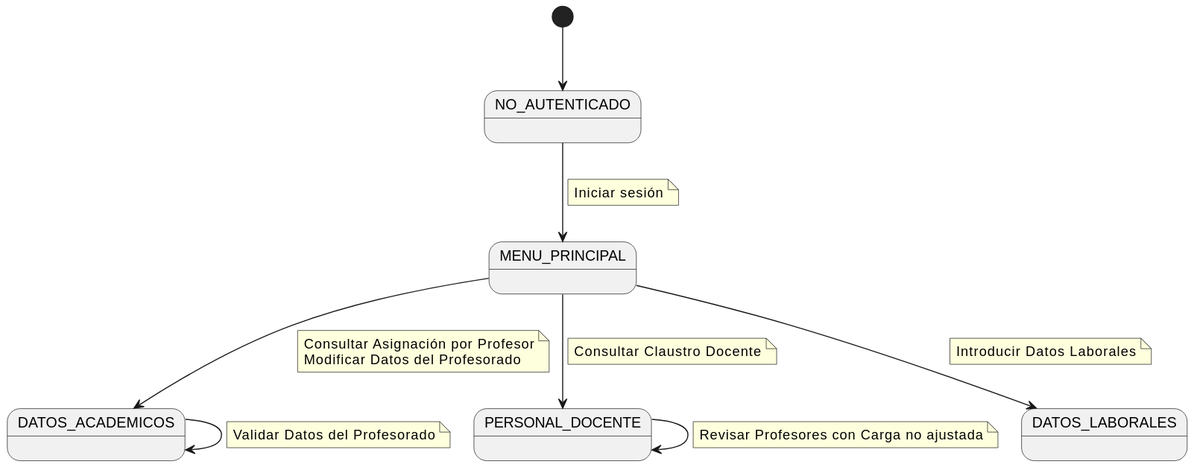
mmasias/24-25-IdSw1-SDR keeps this PlantUML diagram as images/modelosUML/CdU/DiagramaDeContexto/RRHH.svg. Above is the earlier version.
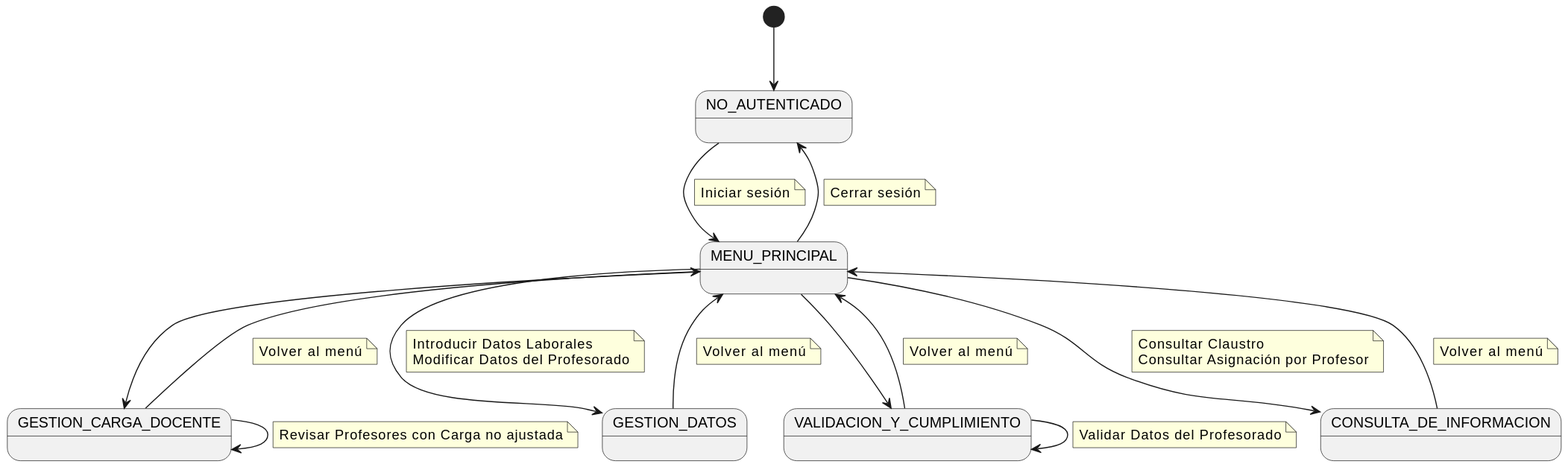
Above is the later version.

The edit, as a diff of the source:
```diff
@@ -1,9 +1,10 @@
 @startuml
 state "NO_AUTENTICADO" as NoAuth
 state "MENU_PRINCIPAL" as Menu
-state "DATOS_ACADEMICOS" as Acad
-state "PERSONAL_DOCENTE" as Pers
-state "DATOS_LABORALES" as Lab
+state "GESTION_CARGA_DOCENTE" as Car
+state "GESTION_DATOS" as Dat
+state "VALIDACION_Y_CUMPLIMIENTO" as Val
+state "CONSULTA_DE_INFORMACION" as Inf
 
 [*] --> NoAuth
 
@@ -12,29 +13,54 @@
     Iniciar sesión
 end note
 
-Menu --> Acad
+Menu --> Car
+
+Menu --> Dat
 note on link
-    Consultar Asignación por Profesor
-    Modificar Datos del Profesorado
+  Introducir Datos Laborales
+  Modificar Datos del Profesorado
 end note
 
-Menu --> Pers
+Menu --> Val
+
+Menu --> Inf
 note on link
-    Consultar Claustro Docente
+  Consultar Claustro
+  Consultar Asignación por Profesor
 end note
 
-Menu --> Lab
+Car --> Car
 note on link
-    Introducir Datos Laborales
+  Revisar Profesores con Carga no ajustada
 end note
 
-Acad --> Acad
+Val --> Val
 note on link
-    Validar Datos del Profesorado
+  Validar Datos del Profesorado
 end note
 
-Pers --> Pers
+Car --> Menu
 note on link
-    Revisar Profesores con Carga no ajustada
+    Volver al menú
+end note
+
+Dat --> Menu
+note on link
+    Volver al menú
+end note
+
+Val --> Menu
+note on link
+    Volver al menú
+end note
+
+Inf --> Menu
+note on link
+    Volver al menú
+end note
+
+Menu --> NoAuth
+note on link
+    Cerrar sesión
 end note
 @enduml
```
